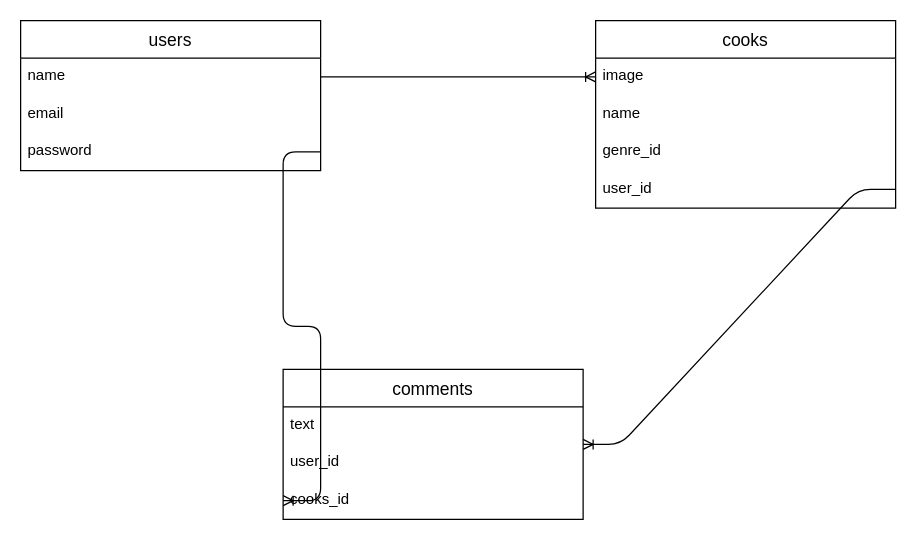
Earlier version of the draw.io diagram ER.dio (Reo-Miyagawa/kitchen). Source tidied: cells renumbered, new cells numbered last; positions are measured from the earlier drawing's top-left corner, leaving out a move shared by most shapes. Both pictures are drawn from the tidied source at 125%, with x=0, y=0 at pixel (20, 20).
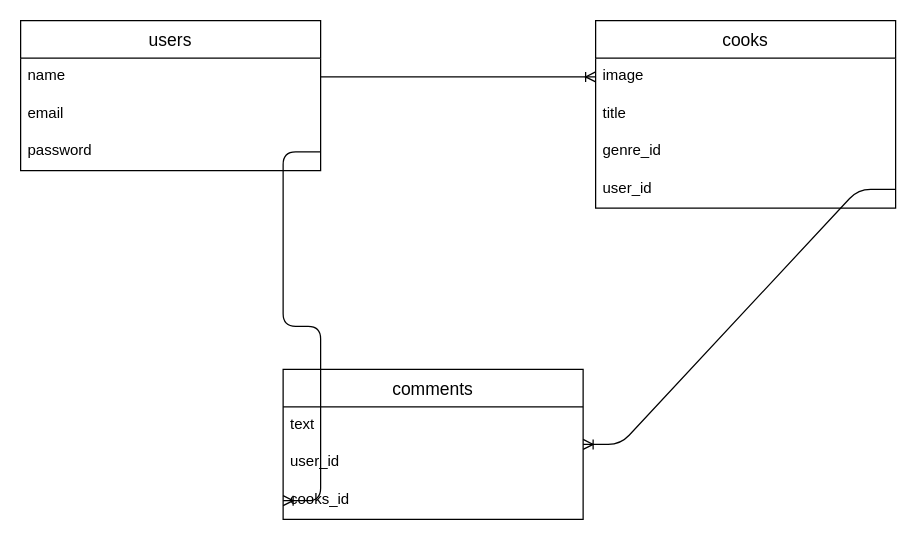
The same diagram, later.

Change to the diagram source:
```diff
@@
 <mxGraphModel>
   <root>
     <mxCell id="0" />
     <mxCell id="1" parent="0" />
     <mxCell id="2" style="edgeStyle=entityRelationEdgeStyle;fontSize=12;html=1;endArrow=ERoneToMany;entryX=0;entryY=0.5;entryDx=0;entryDy=0;exitX=1;exitY=0.5;exitDx=0;exitDy=0;" parent="1" edge="1" source="4" target="8">
       <mxGeometry relative="1" as="geometry" />
     </mxCell>
     <mxCell id="3" value="users" style="swimlane;fontStyle=0;horizontal=1;startSize=30;align=center;fontSize=14;" parent="1" vertex="1">
       <mxGeometry width="240" height="120" as="geometry" />
     </mxCell>
     <mxCell id="4" value="name" style="text;strokeColor=none;fillColor=none;spacingLeft=4;spacingRight=4;overflow=hidden;points=[[0,0.5],[1,0.5]];portConstraint=eastwest;fontSize=12;" parent="3" vertex="1">
       <mxGeometry y="30" width="240" height="30" as="geometry" />
     </mxCell>
     <mxCell id="5" value="email" style="text;strokeColor=none;fillColor=none;spacingLeft=4;spacingRight=4;overflow=hidden;fontSize=12;" parent="3" vertex="1">
       <mxGeometry y="60" width="240" height="30" as="geometry" />
     </mxCell>
     <mxCell id="6" value="password" style="text;strokeColor=none;fillColor=none;spacingLeft=4;spacingRight=4;overflow=hidden;points=[[0,0.5],[1,0.5]];portConstraint=eastwest;fontSize=12;" parent="3" vertex="1">
       <mxGeometry y="90" width="240" height="30" as="geometry" />
     </mxCell>
     <mxCell id="7" value="cooks" style="swimlane;fontStyle=0;horizontal=1;startSize=30;align=center;fontSize=14;" parent="1" vertex="1">
       <mxGeometry x="460" width="240" height="150" as="geometry" />
     </mxCell>
     <mxCell id="8" value="image" style="text;strokeColor=none;fillColor=none;spacingLeft=4;spacingRight=4;overflow=hidden;points=[[0,0.5],[1,0.5]];portConstraint=eastwest;fontSize=12;" parent="7" vertex="1">
       <mxGeometry y="30" width="240" height="30" as="geometry" />
     </mxCell>
-    <mxCell id="9" value="name" style="text;strokeColor=none;fillColor=none;spacingLeft=4;spacingRight=4;overflow=hidden;fontSize=12;" parent="7" vertex="1">
+    <mxCell id="9" value="title" style="text;strokeColor=none;fillColor=none;spacingLeft=4;spacingRight=4;overflow=hidden;fontSize=12;" parent="7" vertex="1">
       <mxGeometry y="60" width="240" height="30" as="geometry" />
     </mxCell>
     <mxCell id="10" value="genre_id" style="text;strokeColor=none;fillColor=none;spacingLeft=4;spacingRight=4;overflow=hidden;fontSize=12;" parent="7" vertex="1">
       <mxGeometry y="90" width="240" height="30" as="geometry" />
     </mxCell>
     <mxCell id="11" value="user_id" style="text;strokeColor=none;fillColor=none;spacingLeft=4;spacingRight=4;overflow=hidden;points=[[0,0.5],[1,0.5]];portConstraint=eastwest;fontSize=12;" parent="7" vertex="1">
       <mxGeometry y="120" width="240" height="30" as="geometry" />
     </mxCell>
     <mxCell id="12" value="comments" style="swimlane;fontStyle=0;horizontal=1;startSize=30;align=center;fontSize=14;" parent="1" vertex="1">
       <mxGeometry x="210" y="279" width="240" height="120" as="geometry" />
     </mxCell>
     <mxCell id="13" value="text" style="text;strokeColor=none;fillColor=none;spacingLeft=4;spacingRight=4;overflow=hidden;fontSize=12;" parent="12" vertex="1">
       <mxGeometry y="30" width="240" height="30" as="geometry" />
     </mxCell>
     <mxCell id="14" value="user_id" style="text;strokeColor=none;fillColor=none;spacingLeft=4;spacingRight=4;overflow=hidden;fontSize=12;" parent="12" vertex="1">
       <mxGeometry y="60" width="240" height="30" as="geometry" />
     </mxCell>
     <mxCell id="15" value="cooks_id" style="text;strokeColor=none;fillColor=none;spacingLeft=4;spacingRight=4;overflow=hidden;points=[[0,0.5],[1,0.5]];portConstraint=eastwest;fontSize=12;" parent="12" vertex="1">
       <mxGeometry y="90" width="240" height="30" as="geometry" />
     </mxCell>
     <mxCell id="16" style="edgeStyle=entityRelationEdgeStyle;fontSize=12;html=1;endArrow=ERoneToMany;entryX=0;entryY=0.5;entryDx=0;entryDy=0;exitX=1;exitY=0.5;exitDx=0;exitDy=0;" parent="1" edge="1" source="6" target="15">
       <mxGeometry relative="1" as="geometry" />
     </mxCell>
     <mxCell id="17" style="edgeStyle=entityRelationEdgeStyle;fontSize=12;html=1;endArrow=ERoneToMany;exitX=1;exitY=0.5;exitDx=0;exitDy=0;" parent="1" edge="1" source="11" target="12">
       <mxGeometry relative="1" as="geometry" />
     </mxCell>
   </root>
 </mxGraphModel>
```
